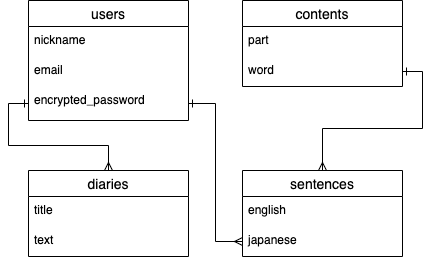
The draw.io diagram ER.drawio.png in Chukoto/wordstock, before a commit. Source tidied: cells renumbered, new cells last; positions are measured from the earlier drawing's top-left corner, leaving out a move shared by most shapes.
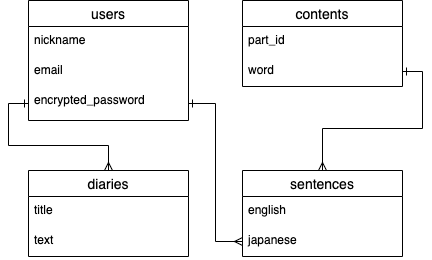
Later version of the same file.

Diff of the diagram source:
```diff
@@ -17,7 +17,7 @@
     <mxCell id="6" value="contents" style="swimlane;fontStyle=0;horizontal=1;startSize=26;align=center;fontSize=14;" parent="1" vertex="1">
       <mxGeometry x="214" width="160" height="86" as="geometry" />
     </mxCell>
-    <mxCell id="7" value="part" style="text;strokeColor=none;fillColor=none;spacingLeft=4;spacingRight=4;overflow=hidden;fontSize=12;" parent="6" vertex="1">
+    <mxCell id="7" value="part_id" style="text;strokeColor=none;fillColor=none;spacingLeft=4;spacingRight=4;overflow=hidden;fontSize=12;" parent="6" vertex="1">
       <mxGeometry y="26" width="160" height="30" as="geometry" />
     </mxCell>
     <mxCell id="8" value="word" style="text;strokeColor=none;fillColor=none;spacingLeft=4;spacingRight=4;overflow=hidden;points=[[0,0.5],[1,0.5]];portConstraint=eastwest;fontSize=12;" parent="6" vertex="1">
```
